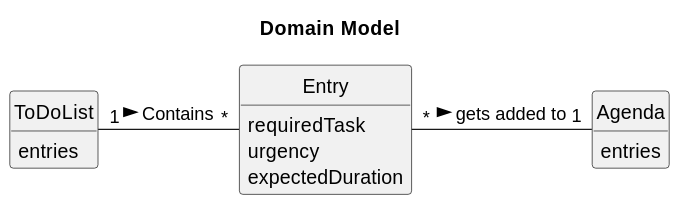
Before: docs/sprintC/us022/02.analysis/svg/us022-domain-model.svg, a diagram exported from PlantUML (RicardoMorim/lapr2-ISEP-Project). Source of this version:
```plantuml
@startuml

title Domain Model

hide methods
hide circle

class Entry {
    requiredTask
    urgency
    expectedDuration
}

class ToDoList{
    entries
}

class Agenda{
    entries
}



ToDoList "1" -  "*" Entry: Contains  >
Entry "*" - "1" Agenda: gets added to >
@enduml
```
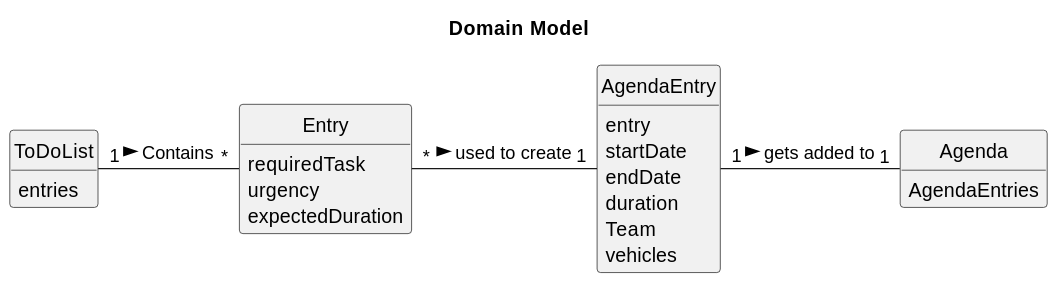
After the change.

Change to the diagram source:
```diff
@@ -16,11 +16,20 @@
 }
 
 class Agenda{
-    entries
+    AgendaEntries
+}
+
+class AgendaEntry{
+    entry
+    startDate
+    endDate
+    duration
+    Team
+    vehicles
 }
 
 
-
 ToDoList "1" -  "*" Entry: Contains  >
-Entry "*" - "1" Agenda: gets added to >
+Entry "*" - "1" AgendaEntry: used to create >
+AgendaEntry "1" - "1" Agenda: gets added to >
 @enduml
```
